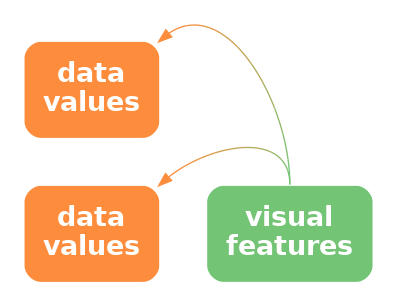
Earlier version of the Graphviz export Diagrams/ambiguous-decode.png (pmur002/hdvw). Its source is kept beside it as Diagrams/ambiguous-decode.dot.
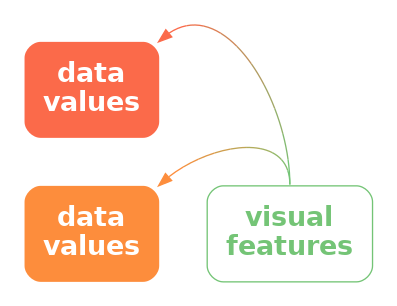
The same diagram one commit later.

What changed in the source:
```diff
@@ -1,12 +1,12 @@
 digraph {
   graph [ rankdir=LR; margin=.2; nodesep=.5 ];
   node [ fontsize=20; fontname="sans bold"; margin=.2 ];
+  diss [ label="data\nvalues"; shape=box; style="filled, rounded"; penwidth=0; fontcolor=white; fillcolor="#FB6A4A" ]
   data [ label="data\nvalues"; shape=box; style="filled, rounded"; penwidth=0; fontcolor=white; fillcolor="#FD8D3C" ]
-  data2 [ label="data\nvalues"; shape=box; style="filled, rounded"; penwidth=0; fontcolor=white; fillcolor="#FD8D3C" ]
   vis [ label="visual\nfeatures"; shape=box;
-     style="filled, rounded"; penwidth=0; fontcolor=white; fillcolor="#74C476" ]
-  data2 -> vis [ color="#FD8D3C;0.1:#EE9342;0.1:#DF9949;0.1:#CF9F4F;0.1:#C0A556;0.1:#B1AC5C;0.1:#A2B263;0.1:#92B869;0.1:#83BE70;0.1:#74C476;0.1" ] [ style="invis" ]
+     style="rounded"; color="#74C476"; fontcolor="#74C476" ]
+  data -> vis [ style="bold"; penwidth=1; color="#FD8D3C;0.1:#EE9342;0.1:#DF9949;0.1:#CF9F4F;0.1:#C0A556;0.1:#B1AC5C;0.1:#A2B263;0.1:#92B869;0.1:#83BE70;0.1:#74C476;0.1" ] [ style="invis" ]
+  vis:n -> diss:ne [ style="solid", color="#74C476;0.1:#83BA71;0.1:#92B06C;0.1:#A1A667;0.1:#B09C62;0.1:#BF925E;0.1:#CE8859;0.1:#DD7E54;0.1:#EC744F;0.1:#FB6A4A;0.1" ]
   vis:n -> data:ne [ style="solid", color="#74C476;0.1:#83BE70;0.1:#92B869;0.1:#A2B263;0.1:#B1AC5C;0.1:#C0A556;0.1:#CF9F4F;0.1:#DF9949;0.1:#EE9342;0.1:#FD8D3C;0.1" ]
-  vis:n -> data2:ne [ style="solid", color="#74C476;0.1:#83BE70;0.1:#92B869;0.1:#A2B263;0.1:#B1AC5C;0.1:#C0A556;0.1:#CF9F4F;0.1:#DF9949;0.1:#EE9342;0.1:#FD8D3C;0.1" ]
-{ rank=same; data, data2 }
+{ rank=same; data, diss }
 }
```
